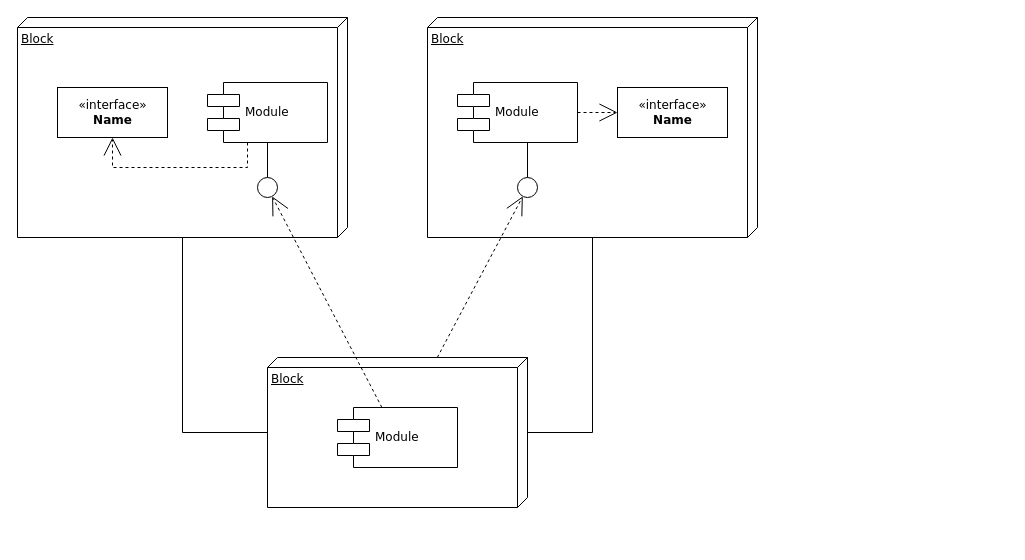
This is ComponentDiagram.drawio from BranislavMajernik/qcomp, a draw.io file, before an edit. Source tidied: cells renumbered, new cells numbered last; positions are measured from the earlier drawing's top-left corner, leaving out a move shared by most shapes. Both pictures are drawn from the tidied source at 100%, with x=0, y=0 at pixel (17, 17).
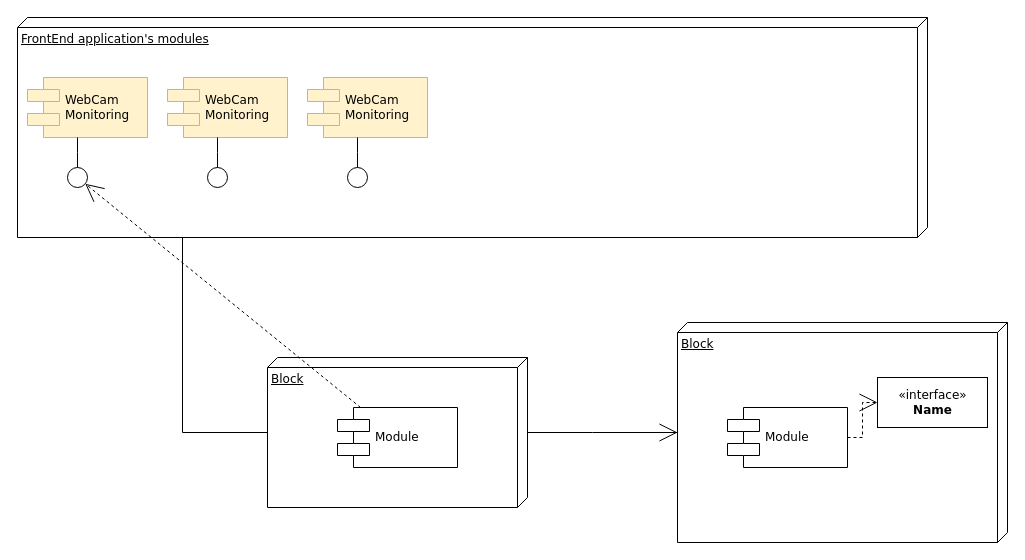
The same page after the edit.

The change refers to these unchanged cells:
```xml
<mxCell id="4" value="Block" style="verticalAlign=top;align=left;spacingTop=8;spacingLeft=2;spacingRight=12;shape=cube;size=10;direction=south;fontStyle=4;html=1;rounded=0;shadow=0;comic=0;labelBackgroundColor=none;strokeWidth=1;fontFamily=Verdana;fontSize=12;" parent="1" vertex="1">
  <mxGeometry x="250" y="340" width="260" height="150" as="geometry" />
</mxCell>
```

Diff of the diagram source:
```diff
@@
-    <mxCell id="2" value="Block" style="verticalAlign=top;align=left;spacingTop=8;spacingLeft=2;spacingRight=12;shape=cube;size=10;direction=south;fontStyle=4;html=1;rounded=0;shadow=0;comic=0;labelBackgroundColor=none;strokeWidth=1;fontFamily=Verdana;fontSize=12;" parent="1" vertex="1">
-      <mxGeometry width="330" height="220" as="geometry" />
+    <mxCell id="2" value="FrontEnd application's modules" style="verticalAlign=top;align=left;spacingTop=8;spacingLeft=2;spacingRight=12;shape=cube;size=10;direction=south;fontStyle=4;html=1;rounded=0;shadow=0;comic=0;labelBackgroundColor=none;strokeWidth=1;fontFamily=Verdana;fontSize=12;" parent="1" vertex="1">
+      <mxGeometry width="910" height="220" as="geometry" />
     </mxCell>
     <mxCell id="3" value="Block" style="verticalAlign=top;align=left;spacingTop=8;spacingLeft=2;spacingRight=12;shape=cube;size=10;direction=south;fontStyle=4;html=1;rounded=0;shadow=0;comic=0;labelBackgroundColor=none;strokeWidth=1;fontFamily=Verdana;fontSize=12;" parent="1" vertex="1">
-      <mxGeometry x="410" width="330" height="220" as="geometry" />
+      <mxGeometry x="660" y="305" width="330" height="220" as="geometry" />
     </mxCell>
@@
-    <mxCell id="5" value="&amp;laquo;interface&amp;raquo;&lt;br&gt;&lt;b&gt;Name&lt;/b&gt;" style="html=1;rounded=0;shadow=0;comic=0;labelBackgroundColor=none;strokeWidth=1;fontFamily=Verdana;fontSize=12;align=center;" parent="1" vertex="1">
-      <mxGeometry x="40" y="70" width="110" height="50" as="geometry" />
-    </mxCell>
-    <mxCell id="6" value="Module" style="shape=component;align=left;spacingLeft=36;rounded=0;shadow=0;comic=0;labelBackgroundColor=none;strokeWidth=1;fontFamily=Verdana;fontSize=12;html=1;" parent="1" vertex="1">
-      <mxGeometry x="190" y="65" width="120" height="60" as="geometry" />
+    <mxCell id="6" value="WebCam&lt;br&gt;Monitoring" style="shape=component;align=left;spacingLeft=36;rounded=0;shadow=0;comic=0;labelBackgroundColor=none;strokeWidth=1;fontFamily=Verdana;fontSize=12;html=1;fillColor=#fff2cc;strokeColor=#d6b656;" parent="1" vertex="1">
+      <mxGeometry x="10" y="60" width="120" height="60" as="geometry" />
     </mxCell>
     <mxCell id="7" style="ellipse;whiteSpace=wrap;html=1;rounded=0;shadow=0;comic=0;labelBackgroundColor=none;strokeWidth=1;fontFamily=Verdana;fontSize=12;align=center;" parent="1" vertex="1">
-      <mxGeometry x="240" y="160" width="20" height="20" as="geometry" />
+      <mxGeometry x="50" y="150" width="20" height="20" as="geometry" />
     </mxCell>
     <mxCell id="8" value="Module" style="shape=component;align=left;spacingLeft=36;rounded=0;shadow=0;comic=0;labelBackgroundColor=none;strokeWidth=1;fontFamily=Verdana;fontSize=12;html=1;" parent="1" vertex="1">
-      <mxGeometry x="440" y="65" width="120" height="60" as="geometry" />
+      <mxGeometry x="710" y="390" width="120" height="60" as="geometry" />
     </mxCell>
     <mxCell id="9" value="&amp;laquo;interface&amp;raquo;&lt;br&gt;&lt;b&gt;Name&lt;/b&gt;" style="html=1;rounded=0;shadow=0;comic=0;labelBackgroundColor=none;strokeWidth=1;fontFamily=Verdana;fontSize=12;align=center;" parent="1" vertex="1">
-      <mxGeometry x="600" y="70" width="110" height="50" as="geometry" />
+      <mxGeometry x="860" y="360" width="110" height="50" as="geometry" />
     </mxCell>
-    <mxCell id="10" style="ellipse;whiteSpace=wrap;html=1;rounded=0;shadow=0;comic=0;labelBackgroundColor=none;strokeWidth=1;fontFamily=Verdana;fontSize=12;align=center;" parent="1" vertex="1">
-      <mxGeometry x="500" y="160" width="20" height="20" as="geometry" />
-    </mxCell>
@@
-    <mxCell id="13" style="edgeStyle=none;rounded=0;html=1;dashed=1;labelBackgroundColor=none;startArrow=none;startFill=0;startSize=8;endArrow=open;endFill=0;endSize=16;fontFamily=Verdana;fontSize=12;" parent="1" edge="1" source="4" target="10">
+    <mxCell id="13" style="edgeStyle=none;rounded=0;html=1;dashed=1;labelBackgroundColor=none;startArrow=none;startFill=0;startSize=8;endArrow=open;endFill=0;endSize=16;fontFamily=Verdana;fontSize=12;" parent="1" edge="1" source="4" target="3">
       <mxGeometry relative="1" as="geometry" />
     </mxCell>
-    <mxCell id="14" style="edgeStyle=elbowEdgeStyle;rounded=0;html=1;labelBackgroundColor=none;startArrow=none;startFill=0;startSize=8;endArrow=none;endFill=0;endSize=16;fontFamily=Verdana;fontSize=12;" parent="1" edge="1" source="10" target="8">
-      <mxGeometry relative="1" as="geometry" />
-    </mxCell>
@@
-    <mxCell id="16" style="edgeStyle=orthogonalEdgeStyle;rounded=0;html=1;labelBackgroundColor=none;startArrow=none;startFill=0;startSize=8;endArrow=open;endFill=0;endSize=16;fontFamily=Verdana;fontSize=12;dashed=1;" parent="1" edge="1" source="6" target="5">
-      <mxGeometry relative="1" as="geometry">
-        <Array as="points">
-          <mxPoint x="230" y="150" />
-          <mxPoint x="95" y="150" />
-        </Array>
-      </mxGeometry>
-    </mxCell>
@@
+    <mxCell id="20" value="WebCam&lt;br&gt;Monitoring" style="shape=component;align=left;spacingLeft=36;rounded=0;shadow=0;comic=0;labelBackgroundColor=none;strokeWidth=1;fontFamily=Verdana;fontSize=12;html=1;fillColor=#fff2cc;strokeColor=#d6b656;" parent="1" vertex="1">
+      <mxGeometry x="290" y="60" width="120" height="60" as="geometry" />
+    </mxCell>
+    <mxCell id="21" style="ellipse;whiteSpace=wrap;html=1;rounded=0;shadow=0;comic=0;labelBackgroundColor=none;strokeWidth=1;fontFamily=Verdana;fontSize=12;align=center;" parent="1" vertex="1">
+      <mxGeometry x="330" y="150" width="20" height="20" as="geometry" />
+    </mxCell>
+    <mxCell id="22" style="edgeStyle=elbowEdgeStyle;rounded=0;html=1;labelBackgroundColor=none;startArrow=none;startFill=0;startSize=8;endArrow=none;endFill=0;endSize=16;fontFamily=Verdana;fontSize=12;" parent="1" edge="1" source="21" target="20">
+      <mxGeometry relative="1" as="geometry" />
+    </mxCell>
+    <mxCell id="23" value="WebCam&lt;br&gt;Monitoring" style="shape=component;align=left;spacingLeft=36;rounded=0;shadow=0;comic=0;labelBackgroundColor=none;strokeWidth=1;fontFamily=Verdana;fontSize=12;html=1;fillColor=#fff2cc;strokeColor=#d6b656;" parent="1" vertex="1">
+      <mxGeometry x="150" y="60" width="120" height="60" as="geometry" />
+    </mxCell>
+    <mxCell id="24" style="ellipse;whiteSpace=wrap;html=1;rounded=0;shadow=0;comic=0;labelBackgroundColor=none;strokeWidth=1;fontFamily=Verdana;fontSize=12;align=center;" parent="1" vertex="1">
+      <mxGeometry x="190" y="150" width="20" height="20" as="geometry" />
+    </mxCell>
+    <mxCell id="25" style="edgeStyle=elbowEdgeStyle;rounded=0;html=1;labelBackgroundColor=none;startArrow=none;startFill=0;startSize=8;endArrow=none;endFill=0;endSize=16;fontFamily=Verdana;fontSize=12;" parent="1" edge="1" source="24" target="23">
+      <mxGeometry relative="1" as="geometry" />
+    </mxCell>
```
